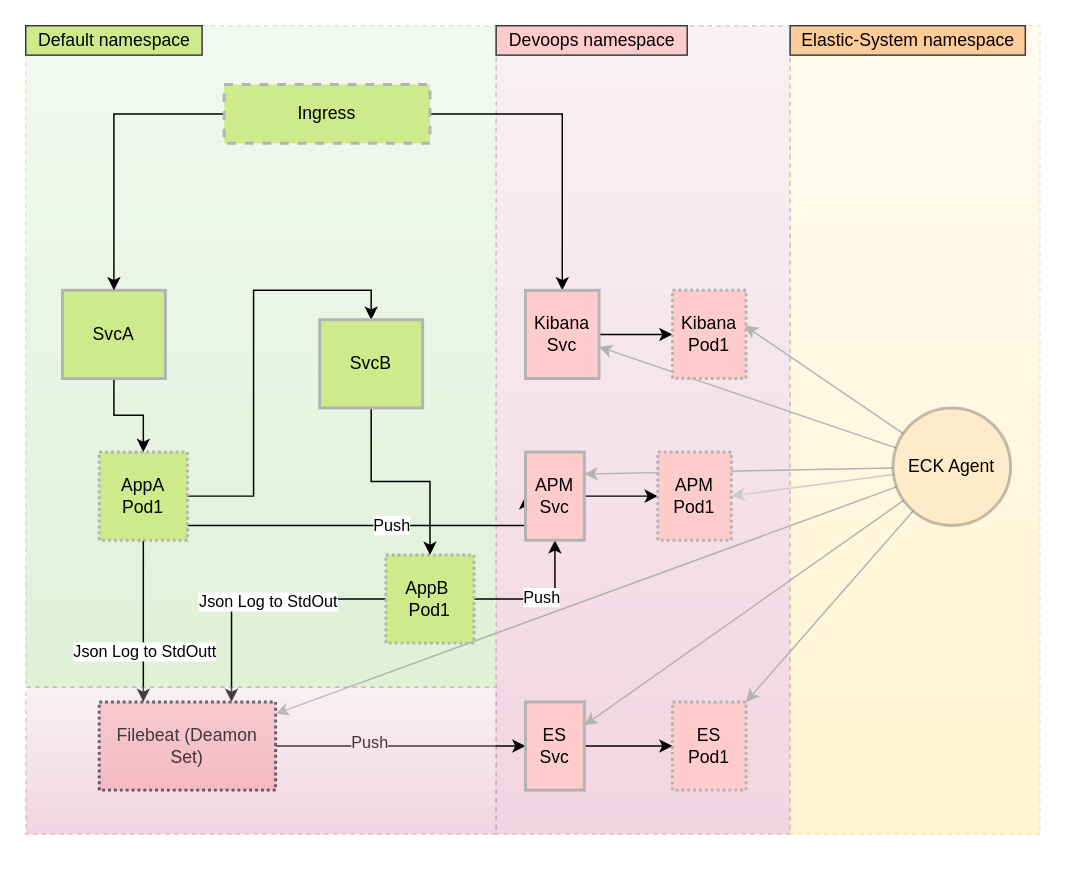
This is Untitled Diagram.drawio from geoaxis/local-elastic-stack, a draw.io file, before an edit. Source tidied: cells renumbered, new cells numbered last; positions are measured from the earlier drawing's top-left corner, leaving out a move shared by most shapes. Both pictures are drawn from the tidied source at 147%, with x=0, y=0 at pixel (25, 25).
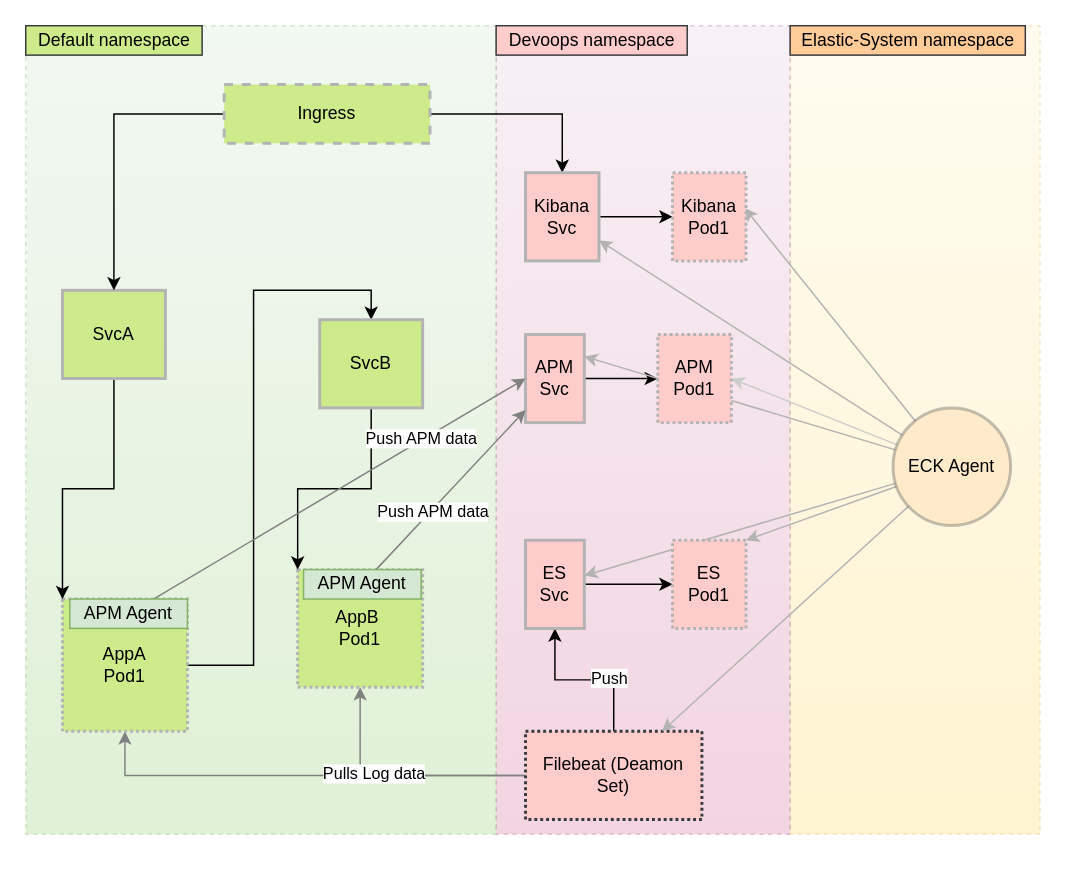
The same page after the edit.

Commit message:
updated daigram with correct semantics

The change refers to these unchanged cells:
```xml
<mxCell id="20" value="SvcA" style="rounded=0;whiteSpace=wrap;html=1;fillColor=#cdeb8b;strokeWidth=2;strokeColor=#B3B3B3;" parent="1" vertex="1">
  <mxGeometry x="25" y="180" width="70" height="60" as="geometry" />
</mxCell>
<mxCell id="22" value="SvcB" style="rounded=0;whiteSpace=wrap;html=1;fillColor=#cdeb8b;strokeWidth=2;strokeColor=#B3B3B3;" parent="1" vertex="1">
  <mxGeometry x="200" y="200" width="70" height="60" as="geometry" />
</mxCell>
```

The edit, as a diff of the source:
```diff
@@
     <mxCell id="4" style="rounded=0;whiteSpace=wrap;html=1;dashed=1;fillColor=#d5e8d4;strokeColor=#82b366;opacity=30;gradientColor=#97d077;" parent="1" vertex="1">
-      <mxGeometry width="320" height="450" as="geometry" />
+      <mxGeometry width="320" height="550" as="geometry" />
     </mxCell>
-    <mxCell id="5" style="edgeStyle=orthogonalEdgeStyle;rounded=0;jettySize=auto;html=1;entryX=0.75;entryY=0;entryDx=0;entryDy=0;" parent="1" edge="1" source="9" target="12">
-      <mxGeometry relative="1" as="geometry" />
-    </mxCell>
-    <mxCell id="6" value="Json Log to StdOut" style="edgeLabel;html=1;align=center;verticalAlign=middle;" parent="5" vertex="1">
-      <mxGeometry x="-0.07" y="1" relative="1" as="geometry" />
-    </mxCell>
-    <mxCell id="7" style="edgeStyle=orthogonalEdgeStyle;rounded=0;jettySize=auto;html=1;entryX=0.5;entryY=1;entryDx=0;entryDy=0;" parent="1" edge="1" source="9" target="42">
-      <mxGeometry relative="1" as="geometry" />
-    </mxCell>
-    <mxCell id="8" value="Push" style="edgeLabel;html=1;align=center;verticalAlign=middle;" parent="7" vertex="1">
-      <mxGeometry x="-0.05" y="2" relative="1" as="geometry" />
-    </mxCell>
     <mxCell id="9" value="AppB&amp;nbsp;&lt;br&gt;Pod1" style="rounded=0;whiteSpace=wrap;html=1;fillColor=#cdeb8b;dashed=1;strokeWidth=2;dashPattern=1 1;strokeColor=#B3B3B3;" parent="1" vertex="1">
-      <mxGeometry x="245" y="360" width="60" height="60" as="geometry" />
+      <mxGeometry x="185" y="370" width="85" height="80" as="geometry" />
     </mxCell>
-    <mxCell id="10" style="edgeStyle=orthogonalEdgeStyle;rounded=0;jettySize=auto;html=1;exitX=1;exitY=0.5;exitDx=0;exitDy=0;entryX=0;entryY=0.5;entryDx=0;entryDy=0;" parent="1" edge="1" source="12" target="41">
+    <mxCell id="10" style="edgeStyle=orthogonalEdgeStyle;rounded=0;jettySize=auto;html=1;" parent="1" edge="1" source="12" target="41">
       <mxGeometry relative="1" as="geometry" />
     </mxCell>
-    <mxCell id="11" value="Push" style="edgeLabel;html=1;align=center;verticalAlign=middle;" parent="10" vertex="1">
-      <mxGeometry x="-0.26" y="3" relative="1" as="geometry" />
-    </mxCell>
+    <mxCell id="48" value="Push" style="edgeLabel;html=1;align=center;verticalAlign=middle;" parent="10" vertex="1">
+      <mxGeometry x="-0.29" y="-2" relative="1" as="geometry" />
+    </mxCell>
+    <mxCell id="49" style="edgeStyle=orthogonalEdgeStyle;rounded=0;jettySize=auto;html=1;strokeColor=#808080;" parent="1" edge="1" source="12" target="9">
+      <mxGeometry relative="1" as="geometry" />
+    </mxCell>
+    <mxCell id="50" style="edgeStyle=orthogonalEdgeStyle;rounded=0;jettySize=auto;html=1;entryX=0.5;entryY=1;entryDx=0;entryDy=0;strokeColor=#808080;" parent="1" edge="1" source="12" target="18">
+      <mxGeometry relative="1" as="geometry" />
+    </mxCell>
+    <mxCell id="51" value="Pulls Log data" style="edgeLabel;html=1;align=center;verticalAlign=middle;" parent="50" vertex="1">
+      <mxGeometry x="-0.31" y="-2" relative="1" as="geometry" />
+    </mxCell>
     <mxCell id="12" value="Filebeat (Deamon Set)" style="rounded=0;whiteSpace=wrap;html=1;dashed=1;strokeWidth=2;dashPattern=1 1;fillColor=#ffcccc;strokeColor=#36393d;" parent="1" vertex="1">
-      <mxGeometry x="50" y="460" width="120" height="60" as="geometry" />
+      <mxGeometry x="340" y="480" width="120" height="60" as="geometry" />
     </mxCell>
-    <mxCell id="13" style="edgeStyle=orthogonalEdgeStyle;rounded=0;jettySize=auto;html=1;entryX=0.25;entryY=0;entryDx=0;entryDy=0;exitX=0.5;exitY=1;exitDx=0;exitDy=0;" parent="1" edge="1" source="18" target="12">
-      <mxGeometry relative="1" as="geometry" />
-    </mxCell>
-    <mxCell id="14" value="Json Log to StdOutt" style="edgeLabel;html=1;align=center;verticalAlign=middle;" parent="13" vertex="1">
-      <mxGeometry x="0.37" relative="1" as="geometry" />
-    </mxCell>
-    <mxCell id="15" style="edgeStyle=orthogonalEdgeStyle;rounded=0;jettySize=auto;html=1;entryX=0;entryY=0.5;entryDx=0;entryDy=0;" parent="1" edge="1" source="18" target="42">
-      <mxGeometry relative="1" as="geometry">
-        <Array as="points">
-          <mxPoint x="340" y="340" />
-        </Array>
-      </mxGeometry>
-    </mxCell>
-    <mxCell id="16" value="Push" style="edgeLabel;html=1;align=center;verticalAlign=middle;" parent="15" vertex="1">
-      <mxGeometry x="0.1" y="1" relative="1" as="geometry" />
-    </mxCell>
@@
     <mxCell id="18" value="AppA&lt;br&gt;Pod1" style="rounded=0;whiteSpace=wrap;html=1;fillColor=#cdeb8b;dashed=1;strokeWidth=2;dashPattern=1 1;strokeColor=#B3B3B3;" parent="1" vertex="1">
-      <mxGeometry x="50" y="290" width="60" height="60" as="geometry" />
+      <mxGeometry x="25" y="390" width="85" height="90" as="geometry" />
     </mxCell>
-    <mxCell id="19" style="edgeStyle=orthogonalEdgeStyle;rounded=0;jettySize=auto;html=1;" parent="1" edge="1" source="20" target="18">
+    <mxCell id="19" style="edgeStyle=orthogonalEdgeStyle;rounded=0;jettySize=auto;html=1;entryX=0;entryY=0;entryDx=0;entryDy=0;" parent="1" edge="1" source="20" target="18">
       <mxGeometry relative="1" as="geometry" />
     </mxCell>
@@
-    <mxCell id="21" style="edgeStyle=orthogonalEdgeStyle;rounded=0;jettySize=auto;html=1;" parent="1" edge="1" source="22" target="9">
+    <mxCell id="21" style="edgeStyle=orthogonalEdgeStyle;rounded=0;jettySize=auto;html=1;entryX=0;entryY=0;entryDx=0;entryDy=0;" parent="1" edge="1" source="22" target="9">
       <mxGeometry relative="1" as="geometry" />
     </mxCell>
@@
     <mxCell id="37" value="ES&lt;br&gt;Pod1" style="rounded=0;whiteSpace=wrap;html=1;fillColor=#ffcccc;dashed=1;strokeWidth=2;dashPattern=1 1;strokeColor=#B3B3B3;" parent="1" vertex="1">
-      <mxGeometry x="440" y="460" width="50" height="60" as="geometry" />
+      <mxGeometry x="440" y="350" width="50" height="60" as="geometry" />
     </mxCell>
     <mxCell id="38" value="APM&lt;br&gt;Pod1" style="rounded=0;whiteSpace=wrap;html=1;fillColor=#ffcccc;dashed=1;strokeWidth=2;dashPattern=1 1;strokeColor=#B3B3B3;" parent="1" vertex="1">
-      <mxGeometry x="430" y="290" width="50" height="60" as="geometry" />
+      <mxGeometry x="430" y="210" width="50" height="60" as="geometry" />
     </mxCell>
     <mxCell id="39" value="Kibana&lt;br&gt;Pod1" style="rounded=0;whiteSpace=wrap;html=1;fillColor=#ffcccc;dashed=1;strokeWidth=2;dashPattern=1 1;strokeColor=#B3B3B3;" parent="1" vertex="1">
-      <mxGeometry x="440" y="180" width="50" height="60" as="geometry" />
+      <mxGeometry x="440" y="100" width="50" height="60" as="geometry" />
     </mxCell>
     <mxCell id="40" value="Kibana&lt;br&gt;Svc" style="rounded=0;whiteSpace=wrap;html=1;fillColor=#ffcccc;strokeWidth=2;strokeColor=#B3B3B3;" parent="1" vertex="1">
-      <mxGeometry x="340" y="180" width="50" height="60" as="geometry" />
+      <mxGeometry x="340" y="100" width="50" height="60" as="geometry" />
     </mxCell>
     <mxCell id="41" value="ES Svc" style="rounded=0;whiteSpace=wrap;html=1;fillColor=#ffcccc;strokeWidth=2;strokeColor=#B3B3B3;" parent="1" vertex="1">
-      <mxGeometry x="340" y="460" width="40" height="60" as="geometry" />
+      <mxGeometry x="340" y="350" width="40" height="60" as="geometry" />
     </mxCell>
     <mxCell id="42" value="APM&lt;br&gt;Svc" style="rounded=0;whiteSpace=wrap;html=1;fillColor=#ffcccc;strokeWidth=2;strokeColor=#B3B3B3;" parent="1" vertex="1">
-      <mxGeometry x="340" y="290" width="40" height="60" as="geometry" />
+      <mxGeometry x="340" y="210" width="40" height="60" as="geometry" />
     </mxCell>
@@
-    <mxCell id="47" style="rounded=0;whiteSpace=wrap;html=1;dashed=1;strokeColor=#996185;opacity=30;fillColor=#e6d0de;gradientColor=#d5739d;" parent="1" vertex="1">
-      <mxGeometry y="450" width="320" height="100" as="geometry" />
-    </mxCell>
+    <mxCell id="52" style="edgeStyle=none;rounded=0;jettySize=auto;html=1;entryX=0;entryY=0.5;entryDx=0;entryDy=0;strokeColor=#808080;" parent="1" edge="1" source="54" target="42">
+      <mxGeometry relative="1" as="geometry" />
+    </mxCell>
+    <mxCell id="53" value="Push APM data" style="edgeLabel;html=1;align=center;verticalAlign=middle;" parent="52" vertex="1">
+      <mxGeometry x="0.44" y="1" relative="1" as="geometry">
+        <mxPoint y="-1" as="offset" />
+      </mxGeometry>
+    </mxCell>
+    <mxCell id="54" value="APM Agent" style="rounded=0;whiteSpace=wrap;html=1;strokeColor=#82b366;fillColor=#d5e8d4;" parent="1" vertex="1">
+      <mxGeometry x="30" y="390" width="80" height="20" as="geometry" />
+    </mxCell>
+    <mxCell id="55" style="rounded=0;jettySize=auto;html=1;strokeColor=#808080;" parent="1" edge="1" source="57" target="42">
+      <mxGeometry relative="1" as="geometry" />
+    </mxCell>
+    <mxCell id="56" value="Push APM data" style="edgeLabel;html=1;align=center;verticalAlign=middle;" parent="55" vertex="1">
+      <mxGeometry x="-0.28" y="-2" relative="1" as="geometry">
+        <mxPoint y="-1" as="offset" />
+      </mxGeometry>
+    </mxCell>
+    <mxCell id="57" value="APM Agent" style="rounded=0;whiteSpace=wrap;html=1;strokeColor=#82b366;fillColor=#d5e8d4;" parent="1" vertex="1">
+      <mxGeometry x="189" y="370" width="80" height="20" as="geometry" />
+    </mxCell>
```
